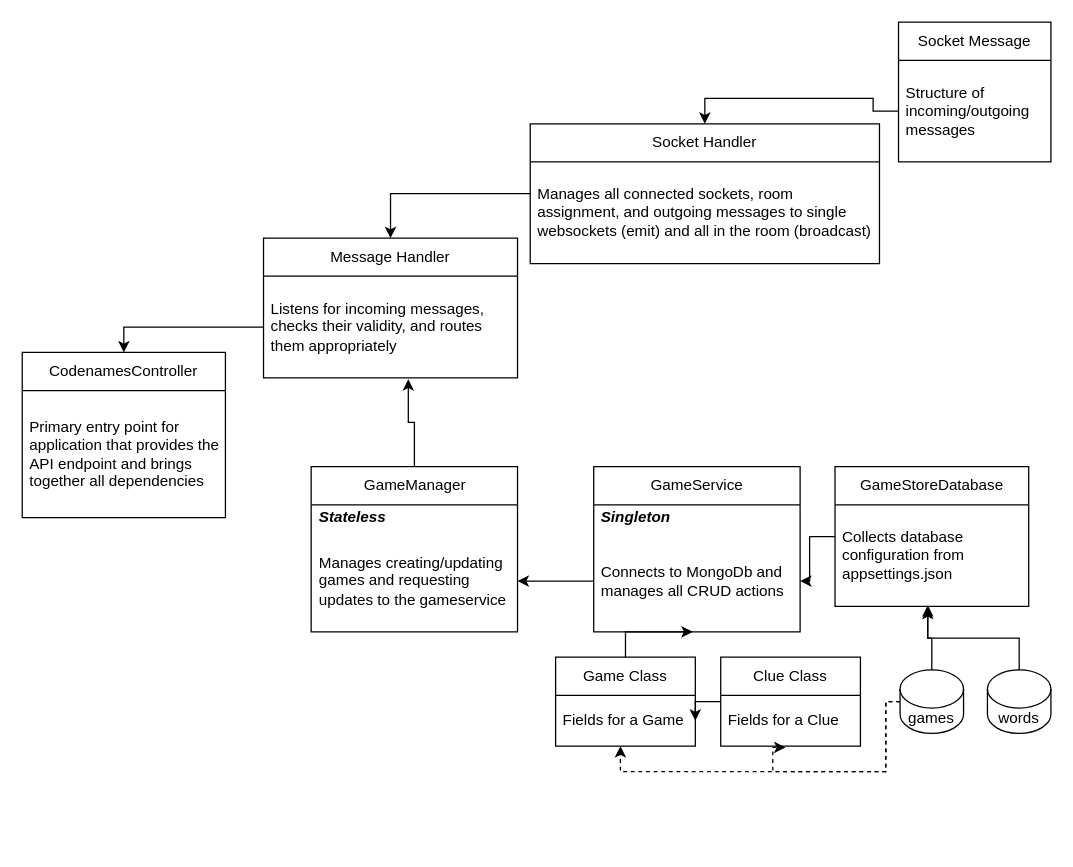
The draw.io diagram CodenamesServer.drawio in rrramsurrun/CodenamesDotnet, before the edit. Source tidied: cells renumbered, new cells numbered last; positions are measured from the earlier drawing's top-left corner, leaving out a move shared by most shapes. Both pictures are drawn from the tidied source at 127%, with x=0, y=0 at pixel (22, 22).
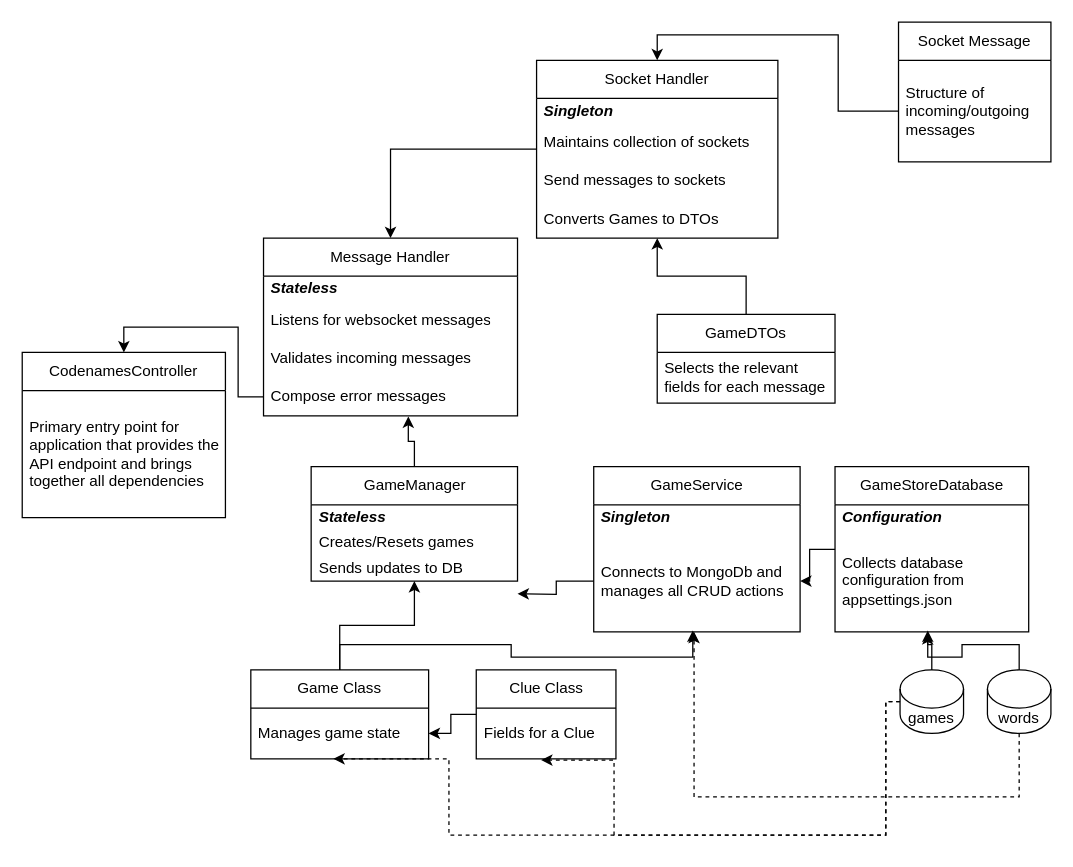
The same diagram, later.

Commit message (it also covers changes not shown here):
Added DTOs, added SocketOutMessage, changed join/rejoin/findandjoin responses

The change refers to these unchanged cells:
```xml
<mxCell id="16" value="GameService" style="swimlane;fontStyle=0;horizontal=1;startSize=30;whiteSpace=wrap;html=1;" parent="1" vertex="1">
  <mxGeometry x="450" y="350" width="162.5" height="130" as="geometry" />
</mxCell>
<mxCell id="18" value="Connects to MongoDb and manages all CRUD actions" style="text;strokeColor=none;fillColor=none;align=left;verticalAlign=middle;spacingLeft=4;spacingRight=4;overflow=hidden;points=[[0,0.5],[1,0.5]];portConstraint=eastwest;whiteSpace=wrap;html=1;" parent="16" vertex="1">
  <mxGeometry y="50" width="162.5" height="80" as="geometry" />
</mxCell>
<mxCell id="23" value="Fields for a Clue" style="text;strokeColor=none;fillColor=none;align=left;verticalAlign=middle;spacingLeft=4;spacingRight=4;overflow=hidden;points=[[0,0.5],[1,0.5]];portConstraint=eastwest;whiteSpace=wrap;html=1;" parent="22" vertex="1">
  <mxGeometry y="30" width="110" height="40" as="geometry" />
</mxCell>
<mxCell id="26" value="games" style="shape=cylinder3;whiteSpace=wrap;html=1;boundedLbl=1;backgroundOutline=1;size=15;" parent="1" vertex="1">
  <mxGeometry x="691.2" y="510" width="50" height="50" as="geometry" />
</mxCell>
<mxCell id="27" value="words" style="shape=cylinder3;whiteSpace=wrap;html=1;boundedLbl=1;backgroundOutline=1;size=15;" parent="1" vertex="1">
  <mxGeometry x="760" y="510" width="50" height="50" as="geometry" />
</mxCell>
```

Change to the diagram source:
```diff
@@
     <mxCell id="5" value="Socket Handler" style="swimlane;fontStyle=0;horizontal=1;startSize=30;whiteSpace=wrap;html=1;" parent="1" vertex="1">
-      <mxGeometry x="400" y="80" width="275" height="110" as="geometry" />
+      <mxGeometry x="405" y="30" width="190" height="140" as="geometry" />
     </mxCell>
+    <mxCell id="36" value="&lt;b&gt;&lt;i&gt;Singleton&lt;/i&gt;&lt;/b&gt;" style="text;strokeColor=none;fillColor=none;align=left;verticalAlign=middle;spacingLeft=4;spacingRight=4;overflow=hidden;whiteSpace=wrap;html=1;" parent="5" vertex="1">
+      <mxGeometry y="30" width="190" height="20" as="geometry" />
+    </mxCell>
+    <mxCell id="37" value="Maintains collection of sockets" style="text;strokeColor=none;fillColor=none;align=left;verticalAlign=middle;spacingLeft=4;spacingRight=4;overflow=hidden;whiteSpace=wrap;html=1;" parent="5" vertex="1">
+      <mxGeometry y="50" width="190" height="30" as="geometry" />
+    </mxCell>
-    <mxCell id="6" value="Manages all connected sockets, room assignment, and outgoing messages to single websockets (emit) and all in the room (broadcast)" style="text;strokeColor=none;fillColor=none;align=left;verticalAlign=middle;spacingLeft=4;spacingRight=4;overflow=hidden;whiteSpace=wrap;html=1;" parent="5" vertex="1">
-      <mxGeometry y="30" width="275" height="80" as="geometry" />
+    <mxCell id="6" value="Send messages to sockets" style="text;strokeColor=none;fillColor=none;align=left;verticalAlign=middle;spacingLeft=4;spacingRight=4;overflow=hidden;whiteSpace=wrap;html=1;" parent="5" vertex="1">
+      <mxGeometry y="80" width="190" height="30" as="geometry" />
     </mxCell>
+    <mxCell id="38" value="Converts Games to DTOs" style="text;strokeColor=none;fillColor=none;align=left;verticalAlign=middle;spacingLeft=4;spacingRight=4;overflow=hidden;whiteSpace=wrap;html=1;" parent="5" vertex="1">
+      <mxGeometry y="110" width="190" height="30" as="geometry" />
+    </mxCell>
@@
     <mxCell id="10" value="Message Handler" style="swimlane;fontStyle=0;horizontal=1;startSize=30;whiteSpace=wrap;html=1;" parent="1" vertex="1">
-      <mxGeometry x="190" y="170" width="200" height="110" as="geometry" />
+      <mxGeometry x="190" y="170" width="200" height="140" as="geometry" />
     </mxCell>
+    <mxCell id="39" value="&lt;i&gt;&lt;b&gt;Stateless&lt;/b&gt;&lt;/i&gt;" style="text;strokeColor=none;fillColor=none;align=left;verticalAlign=middle;spacingLeft=4;spacingRight=4;overflow=hidden;whiteSpace=wrap;html=1;" parent="10" vertex="1">
+      <mxGeometry y="30" width="200" height="20" as="geometry" />
+    </mxCell>
+    <mxCell id="40" value="Listens for websocket messages" style="text;strokeColor=none;fillColor=none;align=left;verticalAlign=middle;spacingLeft=4;spacingRight=4;overflow=hidden;whiteSpace=wrap;html=1;" parent="10" vertex="1">
+      <mxGeometry y="50" width="200" height="30" as="geometry" />
+    </mxCell>
+    <mxCell id="41" value="Validates incoming messages" style="text;strokeColor=none;fillColor=none;align=left;verticalAlign=middle;spacingLeft=4;spacingRight=4;overflow=hidden;whiteSpace=wrap;html=1;" parent="10" vertex="1">
+      <mxGeometry y="80" width="200" height="30" as="geometry" />
+    </mxCell>
-    <mxCell id="11" value="Listens for incoming messages, checks their validity, and routes them appropriately" style="text;strokeColor=none;fillColor=none;align=left;verticalAlign=middle;spacingLeft=4;spacingRight=4;overflow=hidden;points=[[0,0.5],[1,0.5]];portConstraint=eastwest;whiteSpace=wrap;html=1;" parent="10" vertex="1">
-      <mxGeometry y="30" width="200" height="80" as="geometry" />
+    <mxCell id="11" value="Compose error messages" style="text;strokeColor=none;fillColor=none;align=left;verticalAlign=middle;spacingLeft=4;spacingRight=4;overflow=hidden;points=[[0,0.5],[1,0.5]];portConstraint=eastwest;whiteSpace=wrap;html=1;" parent="10" vertex="1">
+      <mxGeometry y="110" width="200" height="30" as="geometry" />
     </mxCell>
@@
     <mxCell id="14" value="GameStoreDatabase" style="swimlane;fontStyle=0;horizontal=1;startSize=30;whiteSpace=wrap;html=1;" parent="1" vertex="1">
-      <mxGeometry x="640" y="350" width="152.5" height="110" as="geometry" />
+      <mxGeometry x="640" y="350" width="152.5" height="130" as="geometry" />
     </mxCell>
+    <mxCell id="42" value="&lt;b&gt;&lt;i&gt;Configuration&lt;/i&gt;&lt;/b&gt;" style="text;strokeColor=none;fillColor=none;align=left;verticalAlign=middle;spacingLeft=4;spacingRight=4;overflow=hidden;whiteSpace=wrap;html=1;" parent="14" vertex="1">
+      <mxGeometry y="30" width="152.5" height="20" as="geometry" />
+    </mxCell>
     <mxCell id="15" value="Collects database configuration from appsettings.json" style="text;strokeColor=none;fillColor=none;align=left;verticalAlign=middle;spacingLeft=4;spacingRight=4;overflow=hidden;points=[[0,0.5],[1,0.5]];portConstraint=eastwest;whiteSpace=wrap;html=1;" parent="14" vertex="1">
-      <mxGeometry y="30" width="152.5" height="80" as="geometry" />
+      <mxGeometry y="50" width="152.5" height="80" as="geometry" />
     </mxCell>
@@
+    <mxCell id="43" style="edgeStyle=orthogonalEdgeStyle;rounded=0;jettySize=auto;html=1;" parent="1" edge="1" source="19" target="33">
+      <mxGeometry relative="1" as="geometry" />
+    </mxCell>
     <mxCell id="19" value="Game Class" style="swimlane;fontStyle=0;horizontal=1;startSize=30;whiteSpace=wrap;html=1;" parent="1" vertex="1">
-      <mxGeometry x="420" y="500" width="110" height="70" as="geometry" />
+      <mxGeometry x="180" y="510" width="140" height="70" as="geometry" />
     </mxCell>
-    <mxCell id="20" value="Fields for a Game" style="text;strokeColor=none;fillColor=none;align=left;verticalAlign=middle;spacingLeft=4;spacingRight=4;overflow=hidden;points=[[0,0.5],[1,0.5]];portConstraint=eastwest;whiteSpace=wrap;html=1;" parent="19" vertex="1">
-      <mxGeometry y="30" width="110" height="40" as="geometry" />
+    <mxCell id="20" value="Manages game state" style="text;strokeColor=none;fillColor=none;align=left;verticalAlign=middle;spacingLeft=4;spacingRight=4;overflow=hidden;points=[[0,0.5],[1,0.5]];portConstraint=eastwest;whiteSpace=wrap;html=1;" parent="19" vertex="1">
+      <mxGeometry y="30" width="140" height="40" as="geometry" />
     </mxCell>
@@
     <mxCell id="22" value="Clue Class" style="swimlane;fontStyle=0;horizontal=1;startSize=30;whiteSpace=wrap;html=1;" parent="1" vertex="1">
-      <mxGeometry x="550" y="500" width="110" height="70" as="geometry" />
+      <mxGeometry x="357.5" y="510" width="110" height="70" as="geometry" />
     </mxCell>
@@
-    <mxCell id="25" style="edgeStyle=orthogonalEdgeStyle;rounded=0;jettySize=auto;html=1;entryX=1;entryY=0.5;entryDx=0;entryDy=0;" parent="1" edge="1" source="18" target="35">
-      <mxGeometry relative="1" as="geometry" />
+    <mxCell id="25" style="edgeStyle=orthogonalEdgeStyle;rounded=0;jettySize=auto;html=1;entryX=1;entryY=0.5;entryDx=0;entryDy=0;" parent="1" edge="1" source="18">
+      <mxGeometry relative="1" as="geometry">
+        <mxPoint x="390" y="450" as="targetPoint" />
+      </mxGeometry>
     </mxCell>
@@
     <mxCell id="30" style="edgeStyle=orthogonalEdgeStyle;rounded=0;jettySize=auto;html=1;entryX=0.464;entryY=1;entryDx=0;entryDy=0;entryPerimeter=0;dashed=1;" parent="1" edge="1" source="26" target="20">
       <mxGeometry relative="1" as="geometry">
         <Array as="points">
           <mxPoint x="680" y="535" />
-          <mxPoint x="680" y="590" />
-          <mxPoint x="471" y="590" />
+          <mxPoint x="680" y="640" />
+          <mxPoint x="336" y="640" />
         </Array>
       </mxGeometry>
     </mxCell>
     <mxCell id="31" style="edgeStyle=orthogonalEdgeStyle;rounded=0;jettySize=auto;html=1;entryX=0.464;entryY=1.025;entryDx=0;entryDy=0;entryPerimeter=0;dashed=1;" parent="1" edge="1" source="26" target="23">
       <mxGeometry relative="1" as="geometry">
         <Array as="points">
           <mxPoint x="680" y="535" />
-          <mxPoint x="680" y="590" />
-          <mxPoint x="591" y="590" />
+          <mxPoint x="680" y="640" />
+          <mxPoint x="466" y="640" />
         </Array>
       </mxGeometry>
     </mxCell>
@@
     <mxCell id="33" value="GameManager" style="swimlane;fontStyle=0;horizontal=1;startSize=30;whiteSpace=wrap;html=1;" parent="1" vertex="1">
-      <mxGeometry x="227.5" y="350" width="162.5" height="130" as="geometry" />
+      <mxGeometry x="227.5" y="350" width="162.5" height="90" as="geometry" />
     </mxCell>
@@
-    <mxCell id="35" value="Manages creating/updating games and requesting updates to the gameservice" style="text;strokeColor=none;fillColor=none;align=left;verticalAlign=middle;spacingLeft=4;spacingRight=4;overflow=hidden;points=[[0,0.5],[1,0.5]];portConstraint=eastwest;whiteSpace=wrap;html=1;" parent="33" vertex="1">
-      <mxGeometry y="50" width="162.5" height="80" as="geometry" />
-    </mxCell>
+    <mxCell id="44" value="Creates/Resets games&lt;div&gt;&lt;br&gt;&lt;/div&gt;" style="text;strokeColor=none;fillColor=none;align=left;verticalAlign=middle;spacingLeft=4;spacingRight=4;overflow=hidden;whiteSpace=wrap;html=1;" parent="33" vertex="1">
+      <mxGeometry y="50" width="162.5" height="20" as="geometry" />
+    </mxCell>
+    <mxCell id="45" value="&lt;div&gt;Sends updates to DB&lt;/div&gt;" style="text;strokeColor=none;fillColor=none;align=left;verticalAlign=middle;spacingLeft=4;spacingRight=4;overflow=hidden;whiteSpace=wrap;html=1;" parent="33" vertex="1">
+      <mxGeometry y="70" width="162.5" height="20" as="geometry" />
+    </mxCell>
+    <mxCell id="46" style="edgeStyle=orthogonalEdgeStyle;rounded=0;jettySize=auto;html=1;dashed=1;" parent="1" edge="1" source="27" target="16">
+      <mxGeometry relative="1" as="geometry">
+        <Array as="points">
+          <mxPoint x="785" y="610" />
+          <mxPoint x="529" y="610" />
+        </Array>
+      </mxGeometry>
+    </mxCell>
+    <mxCell id="47" style="edgeStyle=orthogonalEdgeStyle;rounded=0;jettySize=auto;html=1;" parent="1" edge="1" source="48" target="5">
+      <mxGeometry relative="1" as="geometry" />
+    </mxCell>
+    <mxCell id="48" value="GameDTOs" style="swimlane;fontStyle=0;horizontal=1;startSize=30;whiteSpace=wrap;html=1;" parent="1" vertex="1">
+      <mxGeometry x="500" y="230" width="140" height="70" as="geometry" />
+    </mxCell>
+    <mxCell id="49" value="Selects the relevant fields for each message" style="text;strokeColor=none;fillColor=none;align=left;verticalAlign=middle;spacingLeft=4;spacingRight=4;overflow=hidden;whiteSpace=wrap;html=1;" parent="48" vertex="1">
+      <mxGeometry y="30" width="140" height="40" as="geometry" />
+    </mxCell>
```
